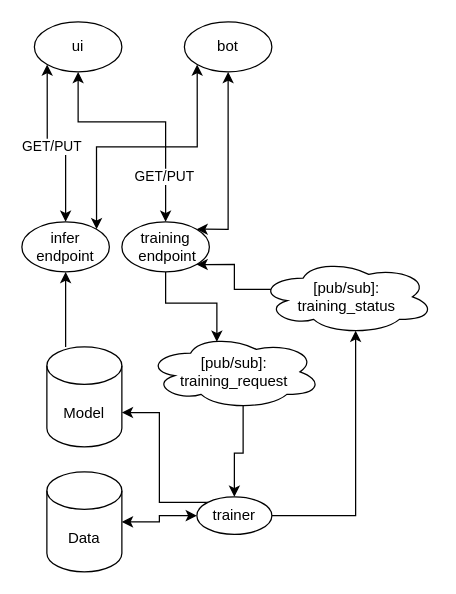
This is Architecture.drawio from tianle91/astroturf, a draw.io file, before an edit. Source tidied: cells renumbered, new cells numbered last; positions are measured from the earlier drawing's top-left corner, leaving out a move shared by most shapes. Both pictures are drawn from the tidied source at 125%, with x=0, y=0 at pixel (21, 21).
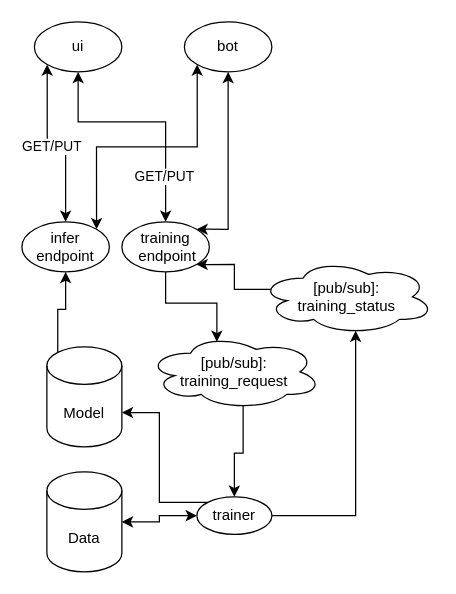
The same diagram, later.

Unchanged cells that the change refers to:
```xml
<mxCell id="5" value="Model" style="shape=cylinder3;whiteSpace=wrap;html=1;boundedLbl=1;backgroundOutline=1;size=15;" parent="1" vertex="1">
  <mxGeometry x="20" y="260" width="60" height="80" as="geometry" />
</mxCell>
<mxCell id="11" value="infer endpoint" style="ellipse;whiteSpace=wrap;html=1;" parent="1" vertex="1">
  <mxGeometry y="160" width="70" height="40" as="geometry" />
</mxCell>
```

Diff of the diagram source:
```diff
@@
-    <mxCell id="4" style="edgeStyle=orthogonalEdgeStyle;rounded=0;jettySize=auto;html=1;exitX=0.25;exitY=0;exitDx=0;exitDy=0;entryX=0.5;entryY=1;entryDx=0;entryDy=0;" parent="1" edge="1" source="5" target="11">
+    <mxCell id="4" style="edgeStyle=orthogonalEdgeStyle;rounded=0;jettySize=auto;html=1;exitX=0.145;exitY=0;exitDx=0;exitDy=4.35;entryX=0.5;entryY=1;entryDx=0;entryDy=0;exitPerimeter=0;" parent="1" edge="1" source="5" target="11">
       <mxGeometry relative="1" as="geometry" />
     </mxCell>
```
